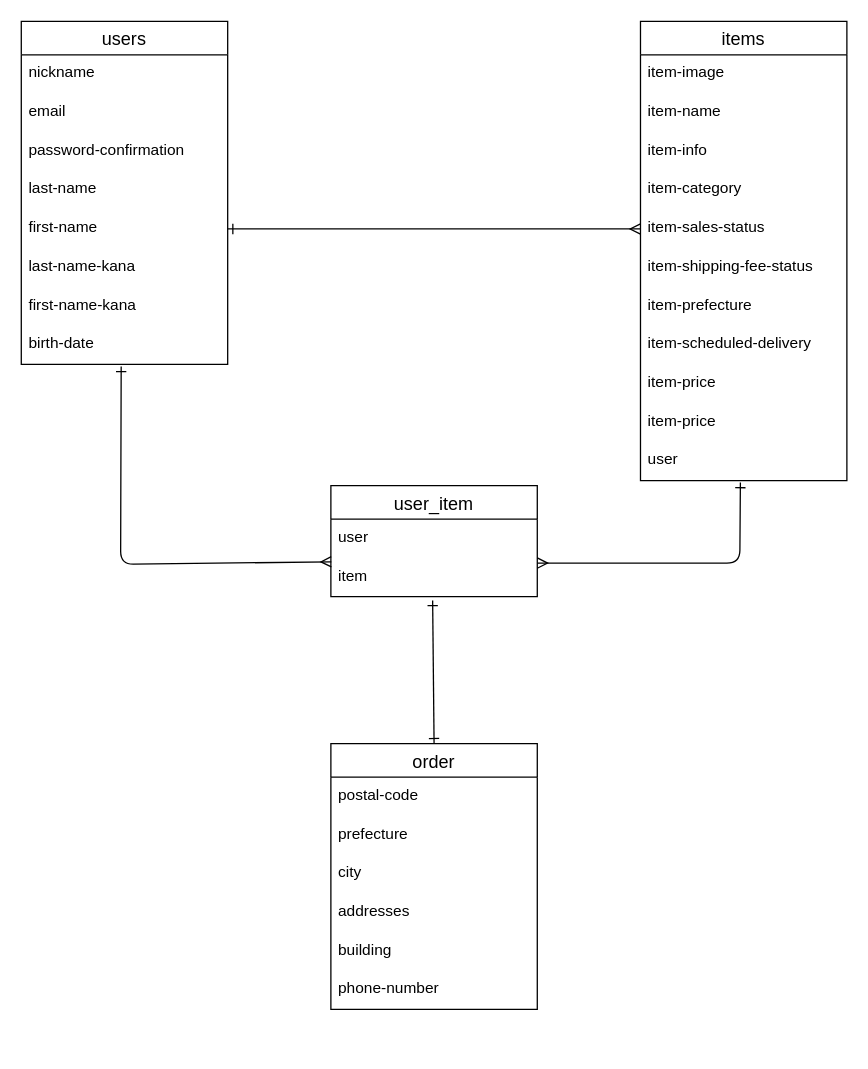
Earlier version of the draw.io diagram test.dio (Yosh1tomo/furima-36861). Source tidied: cells renumbered, new cells numbered last; positions are measured from the earlier drawing's top-left corner, leaving out a move shared by most shapes. Both pictures are drawn from the tidied source at 129%, with x=0, y=0 at pixel (21, 21).
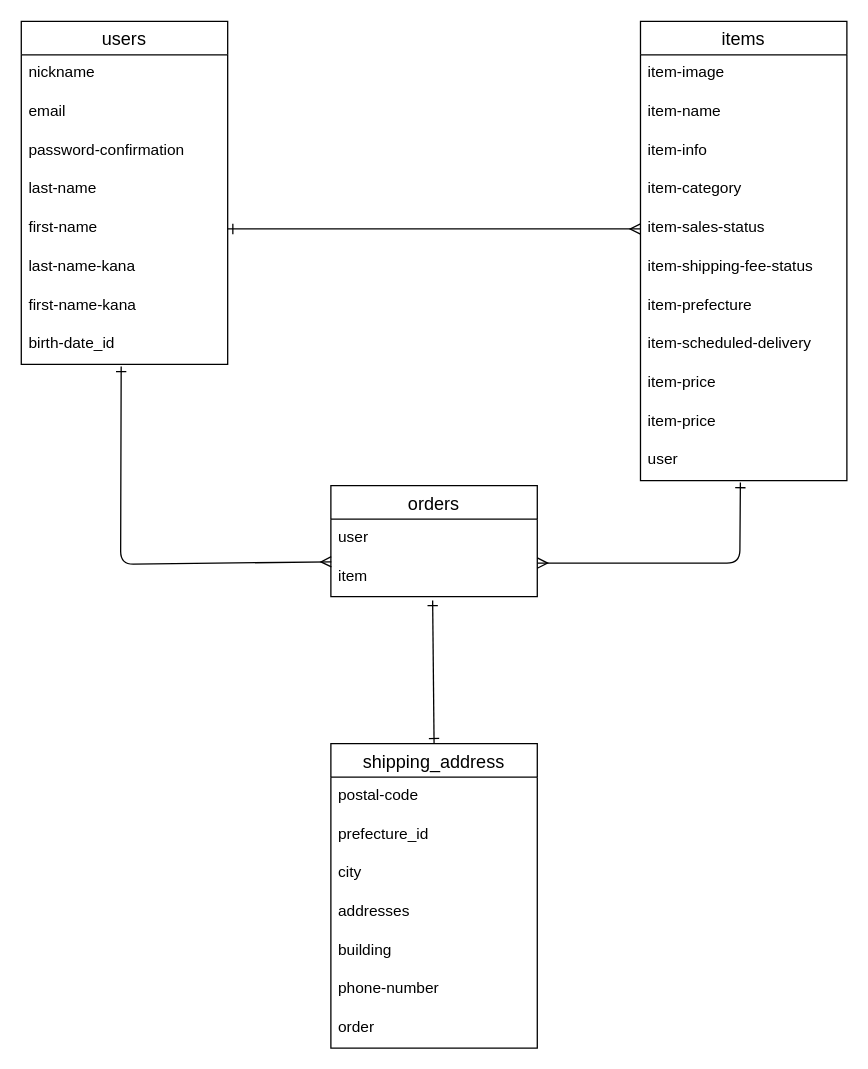
The same diagram, later.

The change refers to these unchanged cells:
```xml
<mxCell id="14" value="users" style="swimlane;fontStyle=0;horizontal=1;startSize=26;align=center;fontSize=14;" parent="1" vertex="1">
  <mxGeometry width="160" height="266" as="geometry" />
</mxCell>
```

What changed in the source:
```diff
@@
-    <mxCell id="22" value="birth-date" style="text;strokeColor=none;fillColor=none;spacingLeft=4;spacingRight=4;overflow=hidden;points=[[0,0.5],[1,0.5]];portConstraint=eastwest;fontSize=12;" parent="14" vertex="1">
+    <mxCell id="22" value="birth-date_id" style="text;strokeColor=none;fillColor=none;spacingLeft=4;spacingRight=4;overflow=hidden;points=[[0,0.5],[1,0.5]];portConstraint=eastwest;fontSize=12;" parent="14" vertex="1">
       <mxGeometry y="236" width="160" height="30" as="geometry" />
     </mxCell>
-    <mxCell id="23" value="user_item" style="swimlane;fontStyle=0;horizontal=1;startSize=26;align=center;fontSize=14;" parent="1" vertex="1">
+    <mxCell id="23" value="orders" style="swimlane;fontStyle=0;horizontal=1;startSize=26;align=center;fontSize=14;" parent="1" vertex="1">
       <mxGeometry x="240" y="360" width="160" height="86" as="geometry" />
     </mxCell>
@@
-    <mxCell id="30" value="order" style="swimlane;fontStyle=0;horizontal=1;startSize=26;align=center;fontSize=14;" parent="1" vertex="1">
-      <mxGeometry x="240" y="560" width="160" height="206" as="geometry" />
+    <mxCell id="30" value="shipping_address" style="swimlane;fontStyle=0;horizontal=1;startSize=26;align=center;fontSize=14;" parent="1" vertex="1">
+      <mxGeometry x="240" y="560" width="160" height="236" as="geometry" />
     </mxCell>
@@
-    <mxCell id="32" value="prefecture" style="text;strokeColor=none;fillColor=none;spacingLeft=4;spacingRight=4;overflow=hidden;fontSize=12;" parent="30" vertex="1">
+    <mxCell id="32" value="prefecture_id" style="text;strokeColor=none;fillColor=none;spacingLeft=4;spacingRight=4;overflow=hidden;fontSize=12;" parent="30" vertex="1">
       <mxGeometry y="56" width="160" height="30" as="geometry" />
     </mxCell>
@@
+    <mxCell id="37" value="order" style="text;strokeColor=none;fillColor=none;spacingLeft=4;spacingRight=4;overflow=hidden;fontSize=12;" parent="30" vertex="1">
+      <mxGeometry y="206" width="160" height="30" as="geometry" />
+    </mxCell>
```
